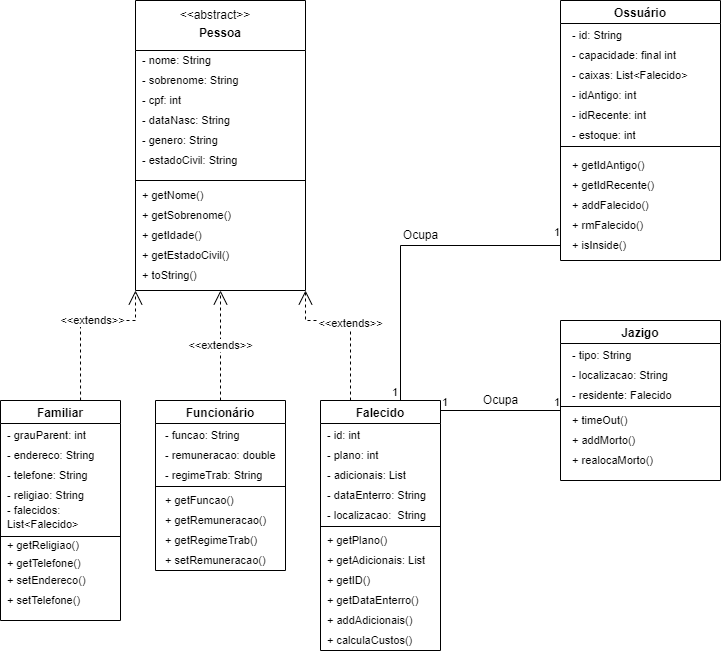
Before: Diagrama_cemiterio.png, a diagram exported from draw.io (cemiterioPOO/Cemiterio). Source tidied: cells renumbered, new cells last; positions are measured from the earlier drawing's top-left corner, leaving out a move shared by most shapes.
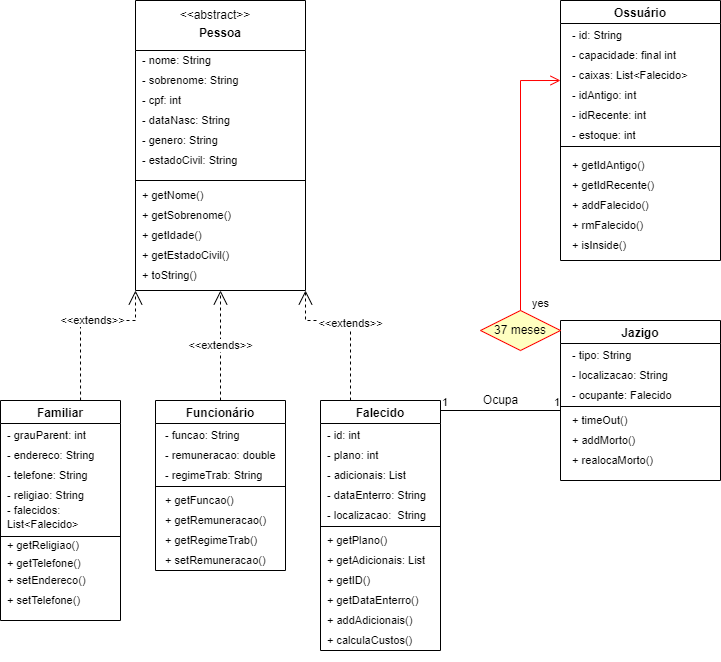
After the commit.

Change to the diagram source:
```diff
@@ -56,7 +56,7 @@
     <mxCell id="18" value="- localizacao: String" style="text;html=1;strokeColor=none;fillColor=none;align=left;verticalAlign=middle;whiteSpace=wrap;rounded=0;fontSize=11;" parent="16" vertex="1">
       <mxGeometry x="10" y="40" width="110" height="30" as="geometry" />
     </mxCell>
-    <mxCell id="19" value="- residente: Falecido" style="text;html=1;strokeColor=none;fillColor=none;align=left;verticalAlign=middle;whiteSpace=wrap;rounded=0;fontSize=11;" parent="16" vertex="1">
+    <mxCell id="19" value="- ocupante: Falecido" style="text;html=1;strokeColor=none;fillColor=none;align=left;verticalAlign=middle;whiteSpace=wrap;rounded=0;fontSize=11;" parent="16" vertex="1">
       <mxGeometry x="10" y="60" width="110" height="30" as="geometry" />
     </mxCell>
     <mxCell id="20" style="line;strokeWidth=1;fillColor=none;align=left;verticalAlign=middle;spacingTop=-1;spacingLeft=3;spacingRight=3;labelPosition=right;fontSize=11;" parent="16" vertex="1">
@@ -244,26 +244,16 @@
     <mxCell id="76" value="Ocupa" style="text;html=1;align=center;verticalAlign=middle;strokeColor=none;fillColor=none;" parent="1" vertex="1">
       <mxGeometry x="470" y="385" width="60" height="30" as="geometry" />
     </mxCell>
-    <mxCell id="77" style="endArrow=none;html=1;edgeStyle=orthogonalEdgeStyle;rounded=0;" parent="1" edge="1" source="44">
-      <mxGeometry relative="1" as="geometry">
-        <mxPoint x="560.4" y="245" as="targetPoint" />
-        <Array as="points">
-          <mxPoint x="400" y="245" />
-        </Array>
-      </mxGeometry>
-    </mxCell>
-    <mxCell id="78" value="1" style="edgeLabel;html=1;align=left;verticalAlign=bottom;" parent="77" vertex="1">
-      <mxGeometry x="-1" relative="1" as="geometry">
-        <mxPoint x="-10" as="offset" />
-      </mxGeometry>
-    </mxCell>
-    <mxCell id="79" value="1" style="edgeLabel;html=1;align=right;verticalAlign=bottom;" parent="77" vertex="1">
-      <mxGeometry x="1" relative="1" as="geometry">
-        <mxPoint y="-5" as="offset" />
-      </mxGeometry>
-    </mxCell>
-    <mxCell id="80" value="Ocupa" style="text;html=1;align=center;verticalAlign=middle;strokeColor=none;fillColor=none;" parent="1" vertex="1">
-      <mxGeometry x="390" y="220" width="60" height="30" as="geometry" />
-    </mxCell>
+    <mxCell id="81" value="37 meses" style="rhombus;whiteSpace=wrap;html=1;fillColor=#ffffc0;strokeColor=#ff0000;" parent="1" vertex="1">
+      <mxGeometry x="480" y="310" width="80" height="40" as="geometry" />
+    </mxCell>
+    <mxCell id="82" value="yes" style="edgeStyle=orthogonalEdgeStyle;html=1;align=left;verticalAlign=top;endArrow=open;endSize=8;strokeColor=#ff0000;rounded=0;" parent="1" edge="1" source="81">
+      <mxGeometry x="-0.85" y="-10" relative="1" as="geometry">
+        <mxPoint x="560" y="80" as="targetPoint" />
+        <Array as="points">
+          <mxPoint x="520" y="80" />
+        </Array>
+      </mxGeometry>
+    </mxCell>
   </root>
 </mxGraphModel>
```
